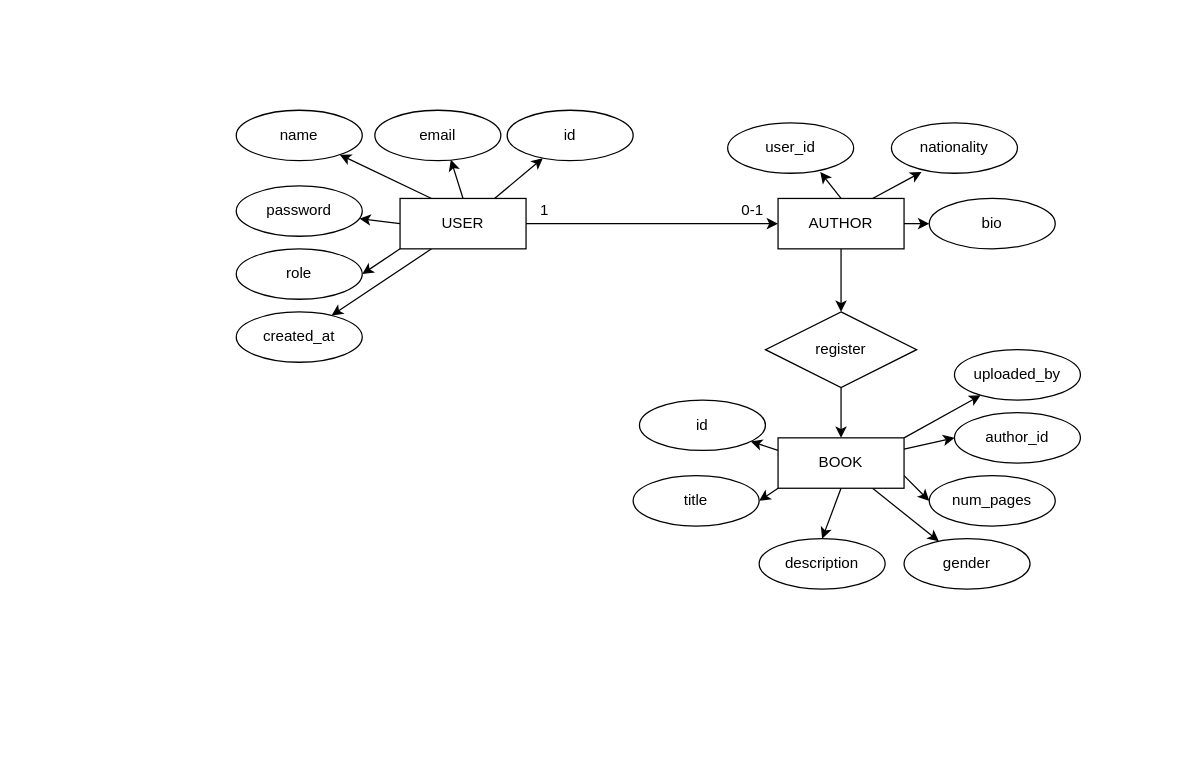
Earlier version of the draw.io diagram der.drawio (nxhuel/api-library). Source tidied: cells renumbered, new cells numbered last; positions are measured from the earlier drawing's top-left corner, leaving out a move shared by most shapes. Both pictures are drawn from the tidied source at 126%, with x=0, y=0 at pixel (236, 110).
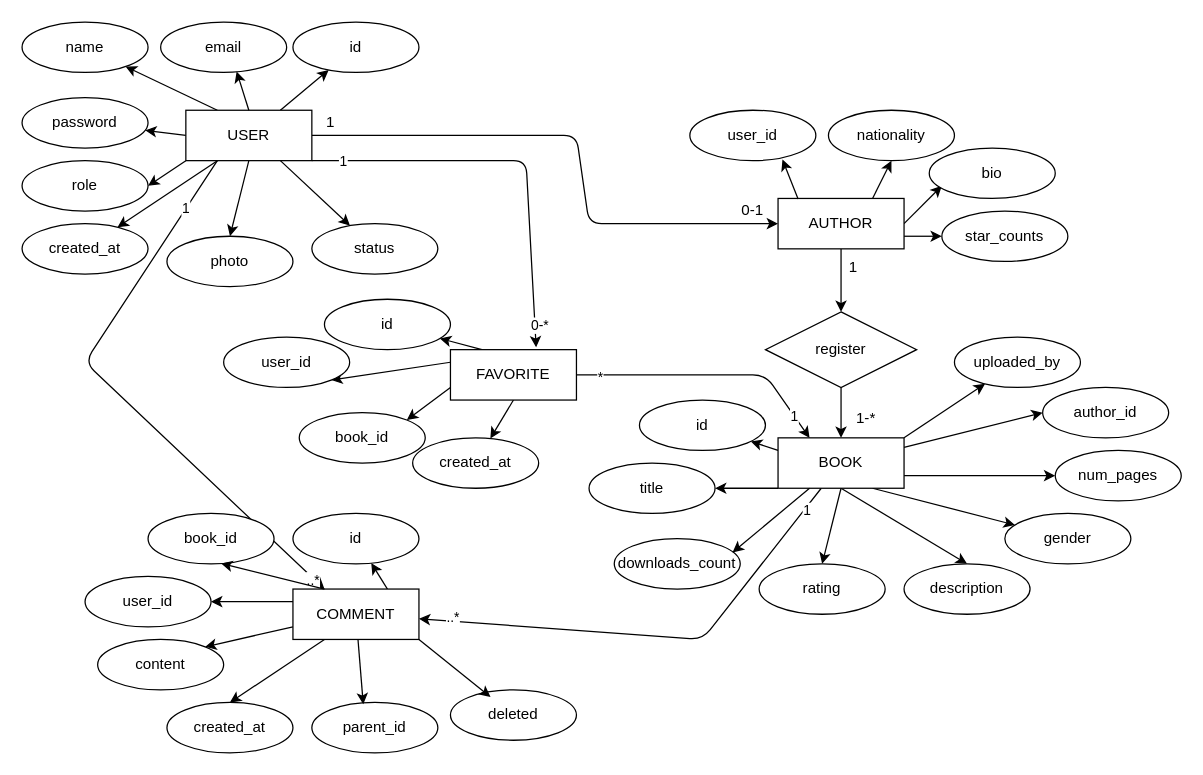
The same diagram, later.

The change refers to these unchanged cells:
```xml
<mxCell id="18" value="AUTHOR" style="whiteSpace=wrap;html=1;align=center;" parent="1" vertex="1">
  <mxGeometry x="430" y="70" width="100" height="40" as="geometry" />
</mxCell>
<mxCell id="35" value="BOOK" style="whiteSpace=wrap;html=1;align=center;" parent="1" vertex="1">
  <mxGeometry x="430" y="260" width="100" height="40" as="geometry" />
</mxCell>
```

What changed in the source:
```diff
@@
     <mxCell id="7" style="edgeStyle=none;html=1;" parent="1" edge="1" source="8" target="18">
-      <mxGeometry relative="1" as="geometry" />
+      <mxGeometry relative="1" as="geometry">
+        <Array as="points">
+          <mxPoint x="270" y="20" />
+          <mxPoint x="280" y="90" />
+        </Array>
+      </mxGeometry>
     </mxCell>
+    <mxCell id="43" style="edgeStyle=none;html=1;exitX=0.5;exitY=1;exitDx=0;exitDy=0;entryX=0.5;entryY=0;entryDx=0;entryDy=0;" parent="1" edge="1" source="8" target="53">
+      <mxGeometry relative="1" as="geometry" />
+    </mxCell>
+    <mxCell id="44" style="edgeStyle=none;html=1;exitX=0.75;exitY=1;exitDx=0;exitDy=0;" parent="1" edge="1" source="8" target="56">
+      <mxGeometry relative="1" as="geometry" />
+    </mxCell>
+    <mxCell id="45" style="edgeStyle=none;html=1;exitX=0.25;exitY=1;exitDx=0;exitDy=0;" parent="1" edge="1" source="8">
+      <mxGeometry relative="1" as="geometry">
+        <mxPoint x="70" y="380" as="targetPoint" />
+        <Array as="points">
+          <mxPoint x="-120" y="200" />
+        </Array>
+      </mxGeometry>
+    </mxCell>
+    <mxCell id="46" value="..*" style="edgeLabel;html=1;align=center;verticalAlign=middle;" parent="45" vertex="1">
+      <mxGeometry x="0.94" y="-2" relative="1" as="geometry">
+        <mxPoint x="1" as="offset" />
+      </mxGeometry>
+    </mxCell>
+    <mxCell id="47" value="1" style="edgeLabel;html=1;align=center;verticalAlign=middle;" parent="45" vertex="1">
+      <mxGeometry x="-0.8" y="-1" relative="1" as="geometry" />
+    </mxCell>
     <mxCell id="8" value="USER" style="whiteSpace=wrap;html=1;align=center;" parent="1" vertex="1">
-      <mxGeometry x="130" y="70" width="100" height="40" as="geometry" />
+      <mxGeometry x="-40" width="100" height="40" as="geometry" />
     </mxCell>
     <mxCell id="9" value="id" style="ellipse;whiteSpace=wrap;html=1;align=center;" parent="1" vertex="1">
-      <mxGeometry x="215" width="100" height="40" as="geometry" />
+      <mxGeometry x="45" y="-70" width="100" height="40" as="geometry" />
     </mxCell>
     <mxCell id="10" value="email" style="ellipse;whiteSpace=wrap;html=1;align=center;" parent="1" vertex="1">
-      <mxGeometry x="110" width="100" height="40" as="geometry" />
+      <mxGeometry x="-60" y="-70" width="100" height="40" as="geometry" />
     </mxCell>
     <mxCell id="11" value="name" style="ellipse;whiteSpace=wrap;html=1;align=center;" parent="1" vertex="1">
-      <mxGeometry width="100" height="40" as="geometry" />
+      <mxGeometry x="-170" y="-70" width="100" height="40" as="geometry" />
     </mxCell>
     <mxCell id="12" value="password" style="ellipse;whiteSpace=wrap;html=1;align=center;" parent="1" vertex="1">
-      <mxGeometry y="60" width="100" height="40" as="geometry" />
+      <mxGeometry x="-170" y="-10" width="100" height="40" as="geometry" />
     </mxCell>
     <mxCell id="13" value="created_at" style="ellipse;whiteSpace=wrap;html=1;align=center;" parent="1" vertex="1">
-      <mxGeometry y="160" width="100" height="40" as="geometry" />
+      <mxGeometry x="-170" y="90" width="100" height="40" as="geometry" />
     </mxCell>
     <mxCell id="14" value="role" style="ellipse;whiteSpace=wrap;html=1;align=center;" parent="1" vertex="1">
-      <mxGeometry y="110" width="100" height="40" as="geometry" />
+      <mxGeometry x="-170" y="40" width="100" height="40" as="geometry" />
     </mxCell>
@@
-    <mxCell id="16" style="edgeStyle=none;html=1;exitX=1;exitY=0.5;exitDx=0;exitDy=0;" parent="1" edge="1" source="18" target="23">
-      <mxGeometry relative="1" as="geometry" />
+    <mxCell id="16" style="edgeStyle=none;html=1;exitX=1;exitY=0.5;exitDx=0;exitDy=0;" parent="1" edge="1" source="18">
+      <mxGeometry relative="1" as="geometry">
+        <mxPoint x="560" y="60" as="targetPoint" />
+      </mxGeometry>
     </mxCell>
@@
+    <mxCell id="48" style="edgeStyle=none;html=1;exitX=1;exitY=0.75;exitDx=0;exitDy=0;" parent="1" edge="1" source="18" target="57">
+      <mxGeometry relative="1" as="geometry" />
+    </mxCell>
@@
     <mxCell id="19" value="1" style="text;strokeColor=none;align=center;fillColor=none;html=1;verticalAlign=middle;whiteSpace=wrap;rounded=0;" parent="1" vertex="1">
-      <mxGeometry x="215" y="65" width="60" height="30" as="geometry" />
+      <mxGeometry x="45" y="-5" width="60" height="30" as="geometry" />
     </mxCell>
@@
     <mxCell id="21" value="user_id" style="ellipse;whiteSpace=wrap;html=1;align=center;" parent="1" vertex="1">
-      <mxGeometry x="390" y="10" width="100" height="40" as="geometry" />
+      <mxGeometry x="360" width="100" height="40" as="geometry" />
     </mxCell>
     <mxCell id="22" value="nationality" style="ellipse;whiteSpace=wrap;html=1;align=center;" parent="1" vertex="1">
-      <mxGeometry x="520" y="10" width="100" height="40" as="geometry" />
+      <mxGeometry x="470" width="100" height="40" as="geometry" />
     </mxCell>
     <mxCell id="23" value="bio" style="ellipse;whiteSpace=wrap;html=1;align=center;" parent="1" vertex="1">
-      <mxGeometry x="550" y="70" width="100" height="40" as="geometry" />
+      <mxGeometry x="550" y="30" width="100" height="40" as="geometry" />
     </mxCell>
-    <mxCell id="24" style="edgeStyle=none;html=1;exitX=0.5;exitY=0;exitDx=0;exitDy=0;entryX=0.735;entryY=0.976;entryDx=0;entryDy=0;entryPerimeter=0;" parent="1" edge="1" source="18" target="21">
+    <mxCell id="24" style="edgeStyle=none;html=1;exitX=0.159;exitY=0.013;exitDx=0;exitDy=0;entryX=0.735;entryY=0.976;entryDx=0;entryDy=0;entryPerimeter=0;exitPerimeter=0;" parent="1" edge="1" source="18" target="21">
       <mxGeometry relative="1" as="geometry" />
     </mxCell>
-    <mxCell id="25" style="edgeStyle=none;html=1;exitX=0.75;exitY=0;exitDx=0;exitDy=0;entryX=0.239;entryY=0.976;entryDx=0;entryDy=0;entryPerimeter=0;" parent="1" edge="1" source="18" target="22">
+    <mxCell id="25" style="edgeStyle=none;html=1;exitX=0.75;exitY=0;exitDx=0;exitDy=0;entryX=0.5;entryY=1;entryDx=0;entryDy=0;" parent="1" edge="1" source="18" target="22">
       <mxGeometry relative="1" as="geometry" />
     </mxCell>
@@
+    <mxCell id="49" style="edgeStyle=none;html=1;exitX=0.5;exitY=1;exitDx=0;exitDy=0;entryX=0.5;entryY=0;entryDx=0;entryDy=0;" parent="1" edge="1" source="35" target="58">
+      <mxGeometry relative="1" as="geometry" />
+    </mxCell>
+    <mxCell id="50" style="edgeStyle=none;html=1;" parent="1" edge="1" source="35" target="77">
+      <mxGeometry relative="1" as="geometry">
+        <Array as="points">
+          <mxPoint x="370" y="420" />
+        </Array>
+      </mxGeometry>
+    </mxCell>
+    <mxCell id="51" value="1" style="edgeLabel;html=1;align=center;verticalAlign=middle;" parent="50" vertex="1">
+      <mxGeometry x="-0.89" y="1" relative="1" as="geometry" />
+    </mxCell>
+    <mxCell id="52" value="..*" style="edgeLabel;html=1;align=center;verticalAlign=middle;" parent="50" vertex="1">
+      <mxGeometry x="0.86" y="-3" relative="1" as="geometry" />
+    </mxCell>
@@
     <mxCell id="37" value="title" style="ellipse;whiteSpace=wrap;html=1;align=center;" parent="1" vertex="1">
-      <mxGeometry x="315" y="290" width="100" height="40" as="geometry" />
+      <mxGeometry x="280" y="280" width="100" height="40" as="geometry" />
     </mxCell>
     <mxCell id="38" value="description" style="ellipse;whiteSpace=wrap;html=1;align=center;" parent="1" vertex="1">
-      <mxGeometry x="415" y="340" width="100" height="40" as="geometry" />
+      <mxGeometry x="530" y="360" width="100" height="40" as="geometry" />
     </mxCell>
     <mxCell id="39" value="gender" style="ellipse;whiteSpace=wrap;html=1;align=center;" parent="1" vertex="1">
-      <mxGeometry x="530" y="340" width="100" height="40" as="geometry" />
+      <mxGeometry x="610" y="320" width="100" height="40" as="geometry" />
     </mxCell>
     <mxCell id="40" value="num_pages" style="ellipse;whiteSpace=wrap;html=1;align=center;" parent="1" vertex="1">
-      <mxGeometry x="550" y="290" width="100" height="40" as="geometry" />
+      <mxGeometry x="650" y="270" width="100" height="40" as="geometry" />
     </mxCell>
     <mxCell id="41" value="author_id" style="ellipse;whiteSpace=wrap;html=1;align=center;" parent="1" vertex="1">
-      <mxGeometry x="570" y="240" width="100" height="40" as="geometry" />
+      <mxGeometry x="640" y="220" width="100" height="40" as="geometry" />
     </mxCell>
     <mxCell id="42" value="uploaded_by" style="ellipse;whiteSpace=wrap;html=1;align=center;" parent="1" vertex="1">
-      <mxGeometry x="570" y="190" width="100" height="40" as="geometry" />
+      <mxGeometry x="570" y="180" width="100" height="40" as="geometry" />
     </mxCell>
+    <mxCell id="53" value="photo" style="ellipse;whiteSpace=wrap;html=1;align=center;" parent="1" vertex="1">
+      <mxGeometry x="-55" y="100" width="100" height="40" as="geometry" />
+    </mxCell>
+    <mxCell id="54" value="1" style="text;strokeColor=none;align=center;fillColor=none;html=1;verticalAlign=middle;whiteSpace=wrap;rounded=0;" parent="1" vertex="1">
+      <mxGeometry x="460" y="110" width="60" height="30" as="geometry" />
+    </mxCell>
+    <mxCell id="55" value="1-*" style="text;strokeColor=none;align=center;fillColor=none;html=1;verticalAlign=middle;whiteSpace=wrap;rounded=0;" parent="1" vertex="1">
+      <mxGeometry x="470" y="230" width="60" height="30" as="geometry" />
+    </mxCell>
+    <mxCell id="56" value="status" style="ellipse;whiteSpace=wrap;html=1;align=center;" parent="1" vertex="1">
+      <mxGeometry x="60" y="90" width="100" height="40" as="geometry" />
+    </mxCell>
+    <mxCell id="57" value="star_counts" style="ellipse;whiteSpace=wrap;html=1;align=center;" parent="1" vertex="1">
+      <mxGeometry x="560" y="80" width="100" height="40" as="geometry" />
+    </mxCell>
+    <mxCell id="58" value="rating" style="ellipse;whiteSpace=wrap;html=1;align=center;" parent="1" vertex="1">
+      <mxGeometry x="415" y="360" width="100" height="40" as="geometry" />
+    </mxCell>
+    <mxCell id="59" value="downloads_count" style="ellipse;whiteSpace=wrap;html=1;align=center;" parent="1" vertex="1">
+      <mxGeometry x="300" y="340" width="100" height="40" as="geometry" />
+    </mxCell>
+    <mxCell id="60" style="edgeStyle=none;html=1;exitX=0.25;exitY=1;exitDx=0;exitDy=0;entryX=0.939;entryY=0.273;entryDx=0;entryDy=0;entryPerimeter=0;" parent="1" edge="1" source="35" target="59">
+      <mxGeometry relative="1" as="geometry" />
+    </mxCell>
+    <mxCell id="61" style="edgeStyle=none;html=1;exitX=0.25;exitY=0;exitDx=0;exitDy=0;" parent="1" edge="1" source="68" target="69">
+      <mxGeometry relative="1" as="geometry" />
+    </mxCell>
+    <mxCell id="62" style="edgeStyle=none;html=1;exitX=0;exitY=0.25;exitDx=0;exitDy=0;entryX=1;entryY=1;entryDx=0;entryDy=0;" parent="1" edge="1" source="68" target="70">
+      <mxGeometry relative="1" as="geometry" />
+    </mxCell>
+    <mxCell id="63" style="edgeStyle=none;html=1;exitX=0;exitY=0.75;exitDx=0;exitDy=0;entryX=1;entryY=0;entryDx=0;entryDy=0;" parent="1" edge="1" source="68" target="71">
+      <mxGeometry relative="1" as="geometry" />
+    </mxCell>
+    <mxCell id="64" style="edgeStyle=none;html=1;exitX=0.5;exitY=1;exitDx=0;exitDy=0;" parent="1" edge="1" source="68" target="72">
+      <mxGeometry relative="1" as="geometry" />
+    </mxCell>
+    <mxCell id="65" style="edgeStyle=none;html=1;exitX=1;exitY=0.5;exitDx=0;exitDy=0;entryX=0.25;entryY=0;entryDx=0;entryDy=0;" parent="1" edge="1" source="68" target="35">
+      <mxGeometry relative="1" as="geometry">
+        <Array as="points">
+          <mxPoint x="420" y="210" />
+        </Array>
+      </mxGeometry>
+    </mxCell>
+    <mxCell id="66" value="*" style="edgeLabel;html=1;align=center;verticalAlign=middle;" parent="65" vertex="1">
+      <mxGeometry x="-0.83" y="-1" relative="1" as="geometry" />
+    </mxCell>
+    <mxCell id="67" value="1" style="edgeLabel;html=1;align=center;verticalAlign=middle;" parent="65" vertex="1">
+      <mxGeometry x="0.8" relative="1" as="geometry" />
+    </mxCell>
+    <mxCell id="68" value="FAVORITE" style="whiteSpace=wrap;html=1;align=center;" parent="1" vertex="1">
+      <mxGeometry x="170" y="190" width="100" height="40" as="geometry" />
+    </mxCell>
+    <mxCell id="69" value="id" style="ellipse;whiteSpace=wrap;html=1;align=center;" parent="1" vertex="1">
+      <mxGeometry x="70" y="150" width="100" height="40" as="geometry" />
+    </mxCell>
+    <mxCell id="70" value="user_id" style="ellipse;whiteSpace=wrap;html=1;align=center;" parent="1" vertex="1">
+      <mxGeometry x="-10" y="180" width="100" height="40" as="geometry" />
+    </mxCell>
+    <mxCell id="71" value="book_id" style="ellipse;whiteSpace=wrap;html=1;align=center;" parent="1" vertex="1">
+      <mxGeometry x="50" y="240" width="100" height="40" as="geometry" />
+    </mxCell>
+    <mxCell id="72" value="created_at" style="ellipse;whiteSpace=wrap;html=1;align=center;" parent="1" vertex="1">
+      <mxGeometry x="140" y="260" width="100" height="40" as="geometry" />
+    </mxCell>
+    <mxCell id="73" style="edgeStyle=none;html=1;exitX=0.25;exitY=1;exitDx=0;exitDy=0;entryX=0.5;entryY=0;entryDx=0;entryDy=0;" parent="1" edge="1" source="77" target="85">
+      <mxGeometry relative="1" as="geometry" />
+    </mxCell>
+    <mxCell id="74" style="edgeStyle=none;html=1;exitX=0;exitY=0.75;exitDx=0;exitDy=0;entryX=1;entryY=0;entryDx=0;entryDy=0;" parent="1" edge="1" source="77" target="84">
+      <mxGeometry relative="1" as="geometry" />
+    </mxCell>
+    <mxCell id="75" style="edgeStyle=none;html=1;exitX=0;exitY=0.25;exitDx=0;exitDy=0;entryX=1;entryY=0.5;entryDx=0;entryDy=0;" parent="1" edge="1" source="77" target="83">
+      <mxGeometry relative="1" as="geometry" />
+    </mxCell>
+    <mxCell id="76" style="edgeStyle=none;html=1;exitX=0.75;exitY=0;exitDx=0;exitDy=0;" parent="1" edge="1" source="77" target="81">
+      <mxGeometry relative="1" as="geometry" />
+    </mxCell>
+    <mxCell id="77" value="COMMENT" style="whiteSpace=wrap;html=1;align=center;" parent="1" vertex="1">
+      <mxGeometry x="45" y="380" width="100" height="40" as="geometry" />
+    </mxCell>
+    <mxCell id="78" style="edgeStyle=none;html=1;exitX=1;exitY=1;exitDx=0;exitDy=0;entryX=0.68;entryY=-0.046;entryDx=0;entryDy=0;entryPerimeter=0;" parent="1" edge="1" source="8" target="68">
+      <mxGeometry relative="1" as="geometry">
+        <Array as="points">
+          <mxPoint x="230" y="40" />
+        </Array>
+      </mxGeometry>
+    </mxCell>
+    <mxCell id="79" value="0-*" style="edgeLabel;html=1;align=center;verticalAlign=middle;" parent="78" vertex="1">
+      <mxGeometry x="0.89" y="3" relative="1" as="geometry" />
+    </mxCell>
+    <mxCell id="80" value="1" style="edgeLabel;html=1;align=center;verticalAlign=middle;" parent="78" vertex="1">
+      <mxGeometry x="-0.85" relative="1" as="geometry" />
+    </mxCell>
+    <mxCell id="81" value="id" style="ellipse;whiteSpace=wrap;html=1;align=center;" parent="1" vertex="1">
+      <mxGeometry x="45" y="320" width="100" height="40" as="geometry" />
+    </mxCell>
+    <mxCell id="82" value="book_id" style="ellipse;whiteSpace=wrap;html=1;align=center;" parent="1" vertex="1">
+      <mxGeometry x="-70" y="320" width="100" height="40" as="geometry" />
+    </mxCell>
+    <mxCell id="83" value="user_id" style="ellipse;whiteSpace=wrap;html=1;align=center;" parent="1" vertex="1">
+      <mxGeometry x="-120" y="370" width="100" height="40" as="geometry" />
+    </mxCell>
+    <mxCell id="84" value="content" style="ellipse;whiteSpace=wrap;html=1;align=center;" parent="1" vertex="1">
+      <mxGeometry x="-110" y="420" width="100" height="40" as="geometry" />
+    </mxCell>
+    <mxCell id="85" value="created_at" style="ellipse;whiteSpace=wrap;html=1;align=center;" parent="1" vertex="1">
+      <mxGeometry x="-55" y="470" width="100" height="40" as="geometry" />
+    </mxCell>
+    <mxCell id="86" value="parent_id" style="ellipse;whiteSpace=wrap;html=1;align=center;" parent="1" vertex="1">
+      <mxGeometry x="60" y="470" width="100" height="40" as="geometry" />
+    </mxCell>
+    <mxCell id="87" value="deleted" style="ellipse;whiteSpace=wrap;html=1;align=center;" parent="1" vertex="1">
+      <mxGeometry x="170" y="460" width="100" height="40" as="geometry" />
+    </mxCell>
+    <mxCell id="88" style="edgeStyle=none;html=1;exitX=1;exitY=1;exitDx=0;exitDy=0;entryX=0.318;entryY=0.141;entryDx=0;entryDy=0;entryPerimeter=0;" parent="1" edge="1" source="77" target="87">
+      <mxGeometry relative="1" as="geometry" />
+    </mxCell>
+    <mxCell id="89" style="edgeStyle=none;html=1;entryX=0.408;entryY=0.038;entryDx=0;entryDy=0;entryPerimeter=0;" parent="1" edge="1" source="77" target="86">
+      <mxGeometry relative="1" as="geometry" />
+    </mxCell>
+    <mxCell id="90" style="edgeStyle=none;html=1;exitX=0.25;exitY=0;exitDx=0;exitDy=0;entryX=0.58;entryY=0.993;entryDx=0;entryDy=0;entryPerimeter=0;" parent="1" edge="1" source="77" target="82">
+      <mxGeometry relative="1" as="geometry" />
+    </mxCell>
```
